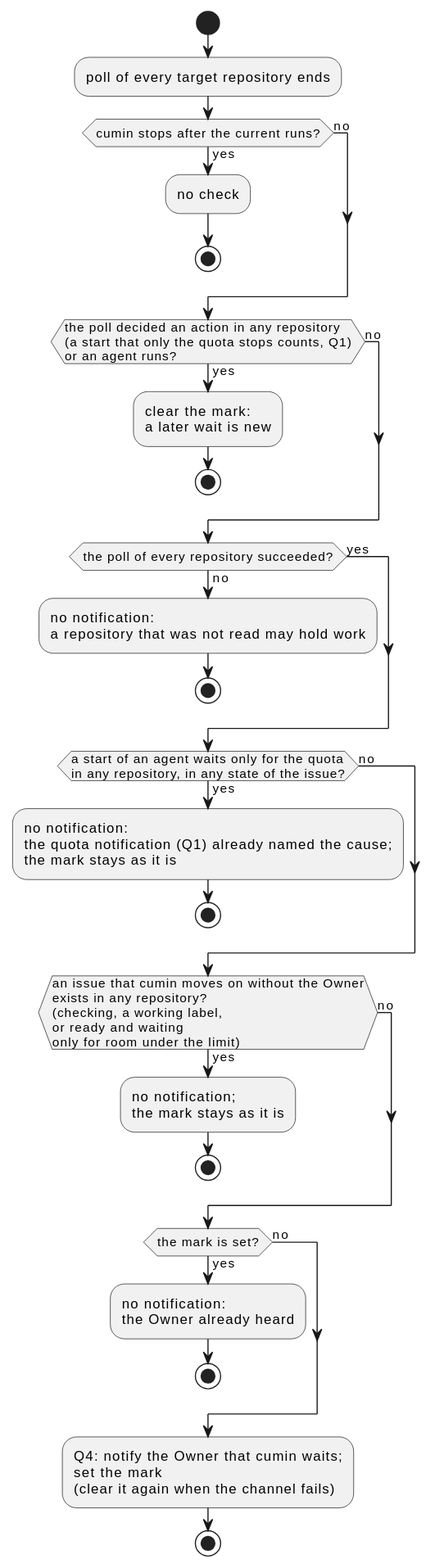
Above: docs/ja/designs/quota-waiting.svg in cloveclovedev/cumin-works (PlantUML), before the change.
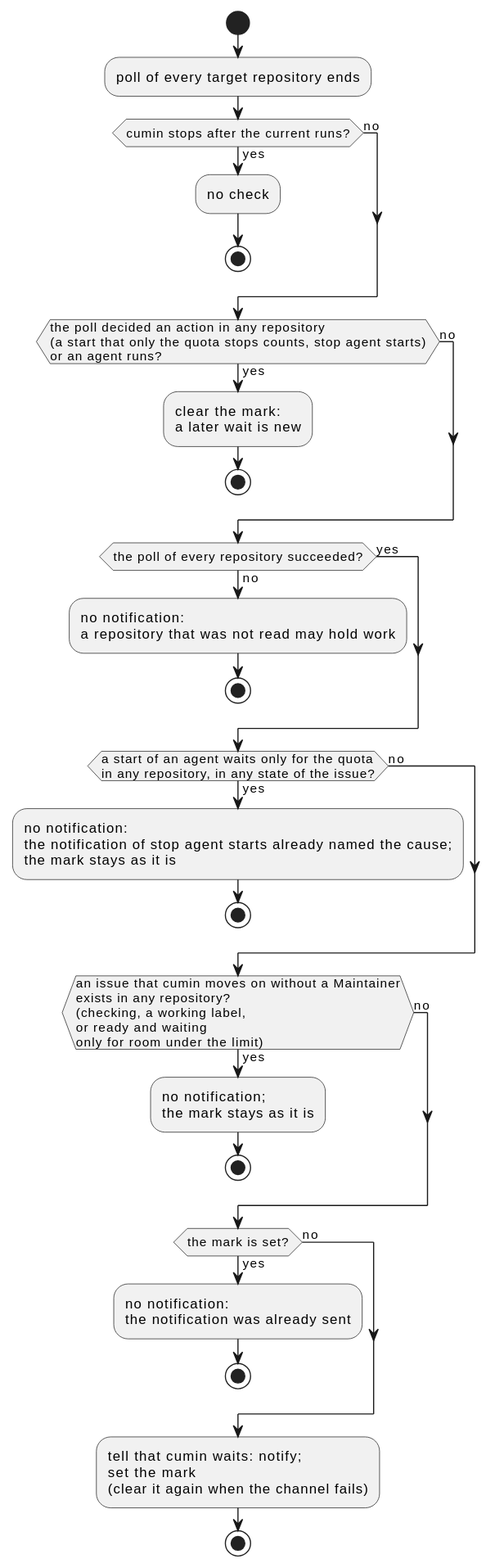
The same diagram one commit later.

What changed in the source:
```diff
@@ -9,7 +9,7 @@
   stop
 else (no)
 endif
-if (the poll decided an action in any repository\n(a start that only the quota stops counts, Q1)\nor an agent runs?) then (yes)
+if (the poll decided an action in any repository\n(a start that only the quota stops counts, stop agent starts)\nor an agent runs?) then (yes)
   :clear the mark:\na later wait is new;
   stop
 else (no)
@@ -20,20 +20,20 @@
 else (yes)
 endif
 if (a start of an agent waits only for the quota\nin any repository, in any state of the issue?) then (yes)
-  :no notification:\nthe quota notification (Q1) already named the cause;\nthe mark stays as it is;
+  :no notification:\nthe notification of stop agent starts already named the cause;\nthe mark stays as it is;
   stop
 else (no)
 endif
-if (an issue that cumin moves on without the Owner\nexists in any repository?\n(checking, a working label,\nor ready and waiting\nonly for room under the limit)) then (yes)
+if (an issue that cumin moves on without a Maintainer\nexists in any repository?\n(checking, a working label,\nor ready and waiting\nonly for room under the limit)) then (yes)
   :no notification;\nthe mark stays as it is;
   stop
 else (no)
 endif
 if (the mark is set?) then (yes)
-  :no notification:\nthe Owner already heard;
+  :no notification:\nthe notification was already sent;
   stop
 else (no)
 endif
-:Q4: notify the Owner that cumin waits;\nset the mark\n(clear it again when the channel fails);
+:tell that cumin waits: notify;\nset the mark\n(clear it again when the channel fails);
 stop
 @enduml
```
